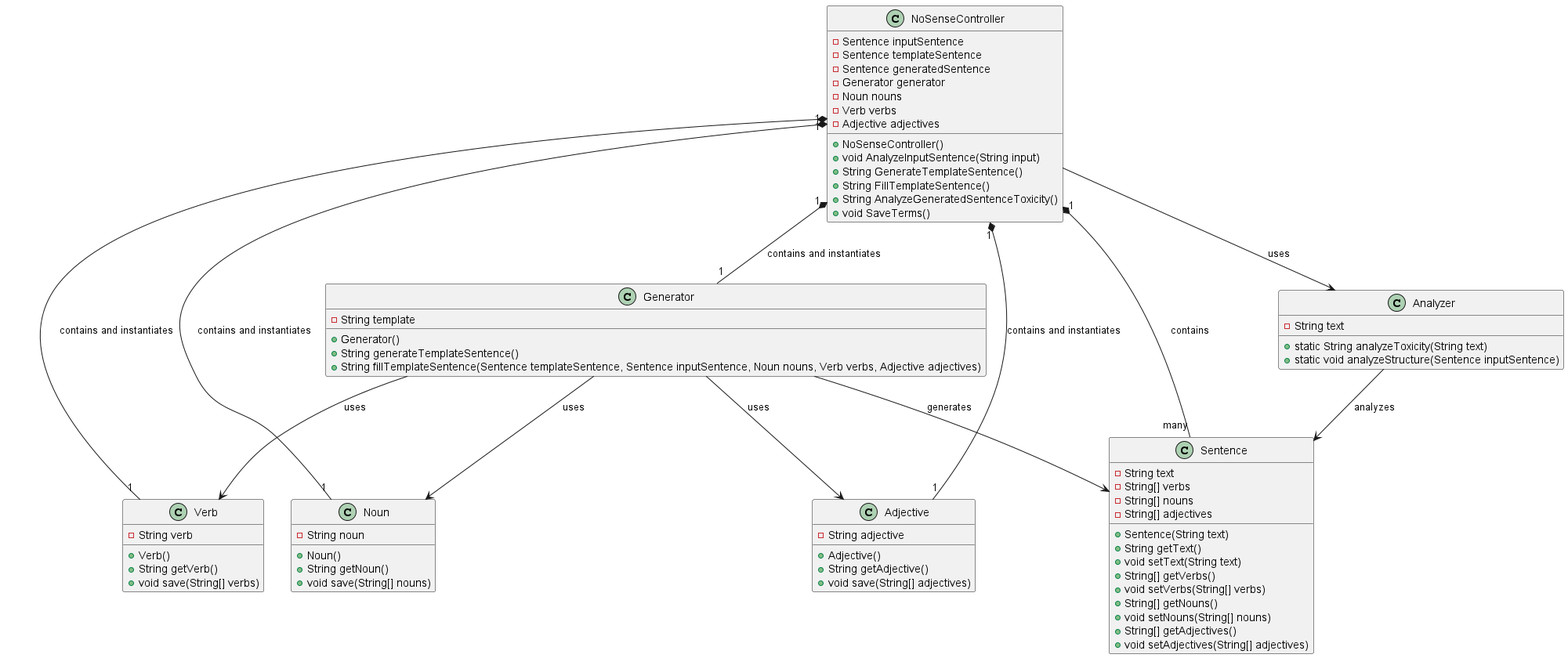
This is docs/classdiagram.png from Giovi2004/NoSenseGenerator, a PlantUML export, as it was before one commit.
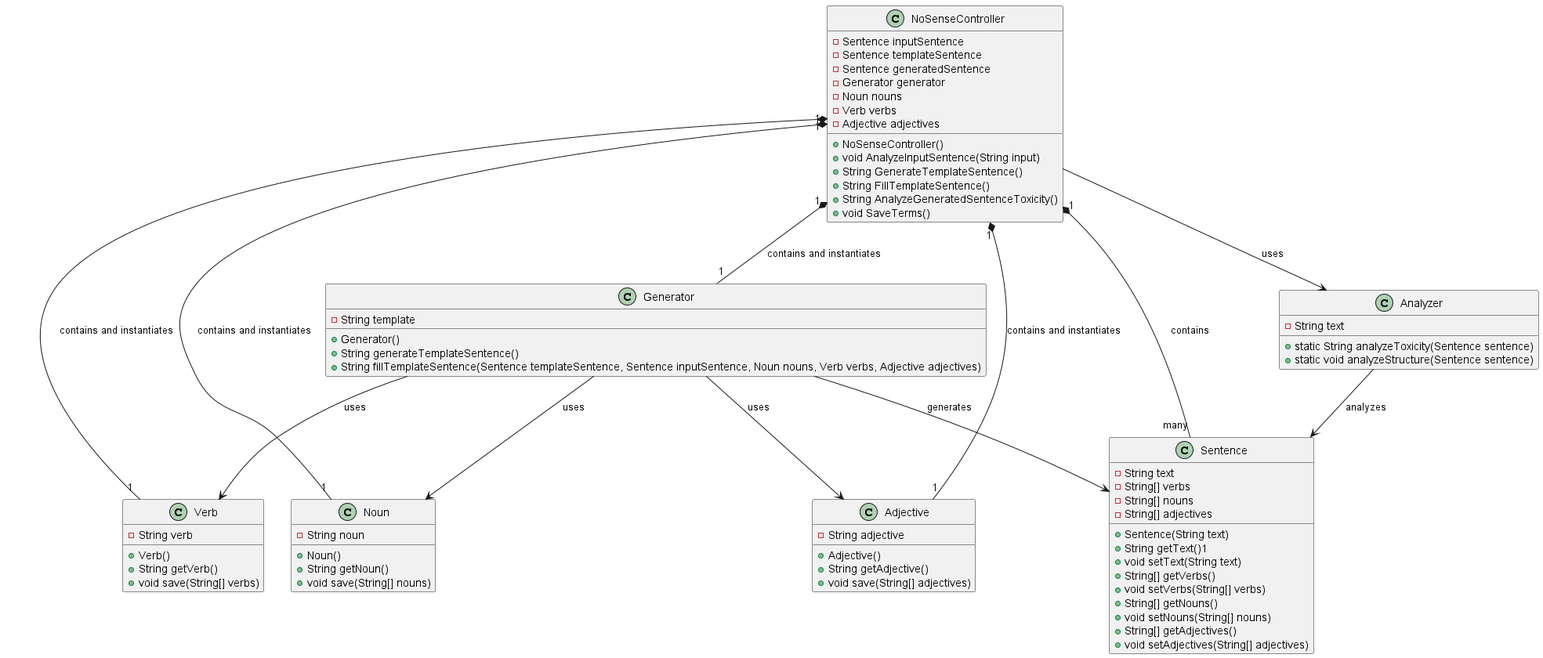
The same diagram one commit later.

Diff of the diagram source:
```diff
@@ -39,7 +39,7 @@
     -String[] nouns
     -String[] adjectives
     +Sentence(String text)
-    +String getText()
+    +String getText()1
     +void setText(String text)
     +String[] getVerbs()
     +void setVerbs(String[] verbs)
@@ -56,8 +56,8 @@
 }
 class Analyzer {
     -String text
-    +static String analyzeToxicity(String text)
-    +static void analyzeStructure(Sentence inputSentence)
+    +static String analyzeToxicity(Sentence sentence)
+    +static void analyzeStructure(Sentence sentence)
 }
 
 NoSenseController "1" *-- "many" Sentence : contains
```
